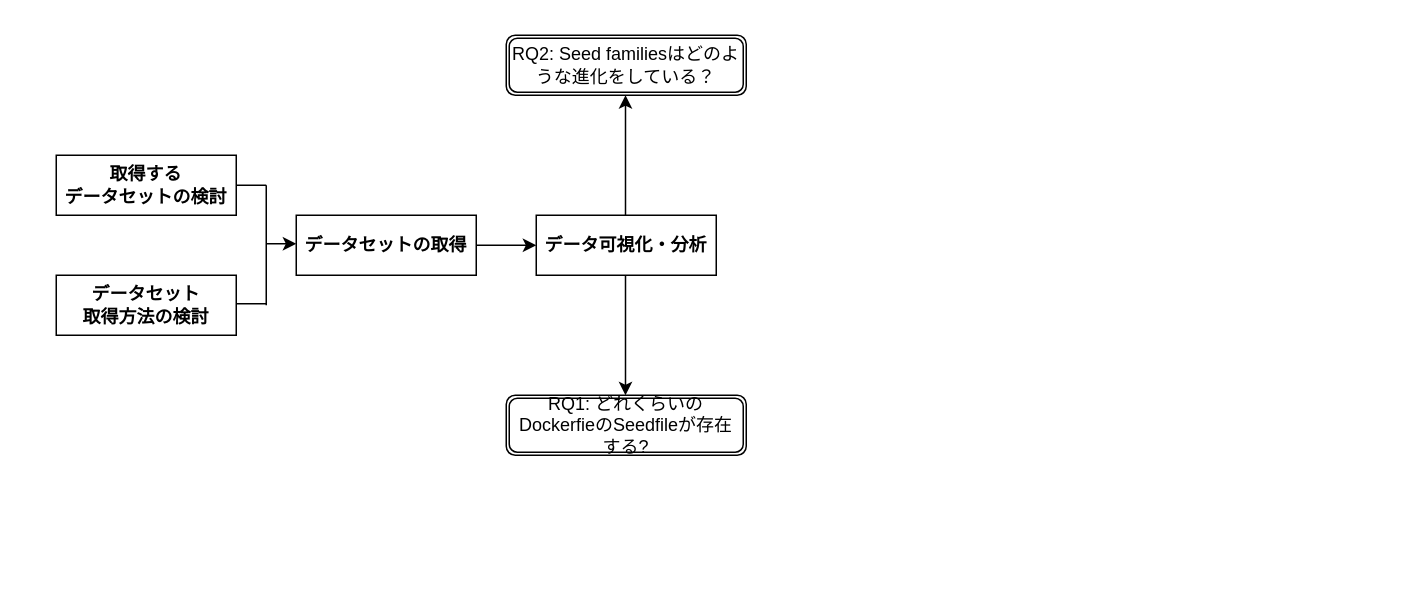
Earlier version of the draw.io diagram 名称未設定ファイル.drawio (takeru56/draiw.io). Source tidied: cells renumbered, new cells numbered last; positions are measured from the earlier drawing's top-left corner, leaving out a move shared by most shapes. Both pictures are drawn from the tidied source at 150%, with x=0, y=0 at pixel (56, 34).
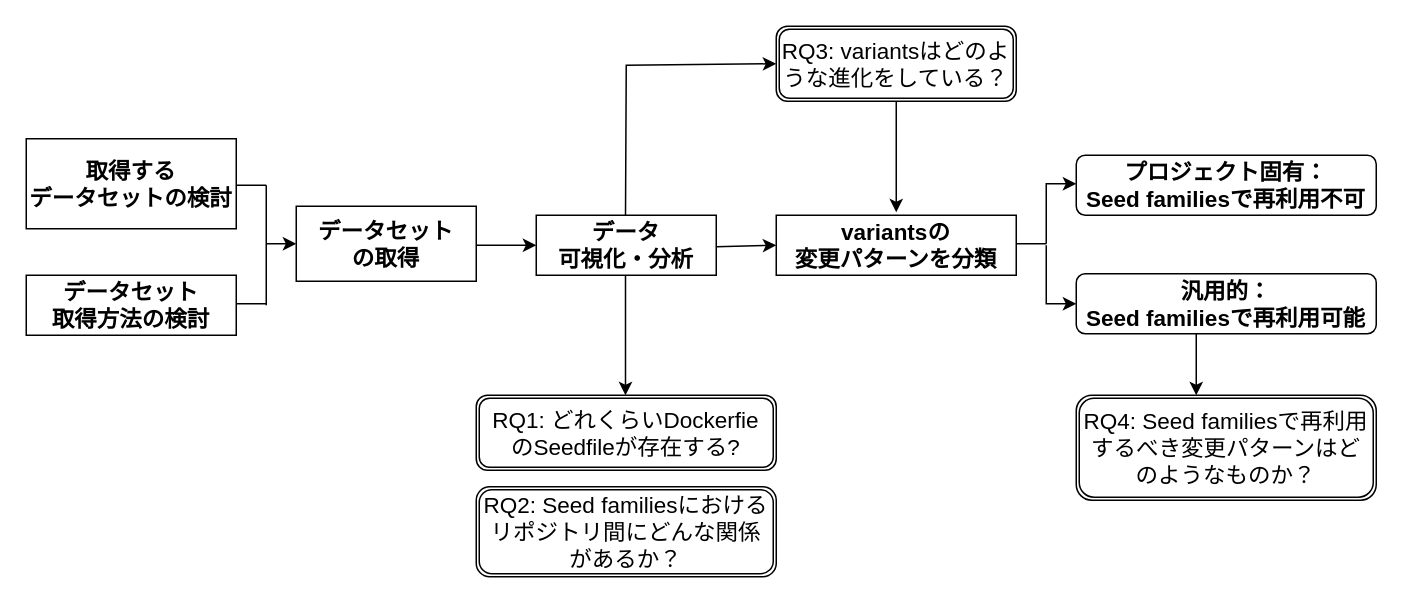
Above is the later version.

Commit message (it also covers changes not shown here):
名称未設定ファイル.drawio を更新します

What changed in the source:
```diff
@@
-    <mxCell id="2" value="&lt;b&gt;取得する&lt;br&gt;データセットの検討&lt;/b&gt;" style="whiteSpace=wrap;html=1;" parent="1" vertex="1">
-      <mxGeometry y="80" width="120" height="40" as="geometry" />
+    <mxCell id="2" value="&lt;b style=&quot;font-size: 15px&quot;&gt;取得する&lt;br&gt;データセットの検討&lt;/b&gt;" style="whiteSpace=wrap;html=1;" parent="1" vertex="1">
+      <mxGeometry x="-20" y="69" width="140" height="60" as="geometry" />
     </mxCell>
-    <mxCell id="3" value="&lt;b&gt;データセット&lt;br&gt;取得方法の検討&lt;/b&gt;" style="whiteSpace=wrap;html=1;" parent="1" vertex="1">
-      <mxGeometry y="160" width="120" height="40" as="geometry" />
+    <mxCell id="3" value="&lt;b style=&quot;font-size: 15px&quot;&gt;データセット&lt;br&gt;取得方法の検討&lt;/b&gt;" style="whiteSpace=wrap;html=1;" parent="1" vertex="1">
+      <mxGeometry x="-20" y="160" width="140" height="40" as="geometry" />
     </mxCell>
-    <mxCell id="4" value="&lt;b&gt;データセットの取得&lt;/b&gt;" style="whiteSpace=wrap;html=1;" parent="1" vertex="1">
-      <mxGeometry x="160" y="120" width="120" height="40" as="geometry" />
+    <mxCell id="4" value="&lt;b&gt;&lt;font style=&quot;font-size: 15px&quot;&gt;データセット&lt;br&gt;の取得&lt;/font&gt;&lt;/b&gt;" style="whiteSpace=wrap;html=1;" parent="1" vertex="1">
+      <mxGeometry x="160" y="114" width="120" height="50" as="geometry" />
     </mxCell>
-    <mxCell id="5" value="&lt;b&gt;データ可視化・分析&lt;/b&gt;" style="whiteSpace=wrap;html=1;" parent="1" vertex="1">
+    <mxCell id="5" value="&lt;b&gt;&lt;font style=&quot;font-size: 15px&quot;&gt;データ&lt;br&gt;可視化・分析&lt;/font&gt;&lt;/b&gt;" style="whiteSpace=wrap;html=1;" parent="1" vertex="1">
       <mxGeometry x="320" y="120" width="120" height="40" as="geometry" />
     </mxCell>
-    <mxCell id="6" value="RQ1: どれくらいのDockerfieのSeedfileが存在する?" style="shape=ext;double=1;rounded=1;whiteSpace=wrap;html=1;" parent="1" vertex="1">
-      <mxGeometry x="300" y="240" width="160" height="40" as="geometry" />
+    <mxCell id="6" value="&lt;font style=&quot;font-size: 15px&quot;&gt;RQ1: どれくらいDockerfie&lt;br&gt;のSeedfileが存在する?&lt;/font&gt;" style="shape=ext;double=1;rounded=1;whiteSpace=wrap;html=1;" parent="1" vertex="1">
+      <mxGeometry x="280" y="240" width="200" height="50" as="geometry" />
     </mxCell>
@@
-    <mxCell id="13" value="RQ2: Seed familiesはどのような進化をしている？" style="shape=ext;double=1;rounded=1;whiteSpace=wrap;html=1;" parent="1" vertex="1">
-      <mxGeometry x="300" width="160" height="40" as="geometry" />
+    <mxCell id="13" value="&lt;font style=&quot;font-size: 15px&quot;&gt;RQ3: variantsはどのような進化をしている？&lt;/font&gt;" style="shape=ext;double=1;rounded=1;whiteSpace=wrap;html=1;" parent="1" vertex="1">
+      <mxGeometry x="480" y="-6" width="160" height="50" as="geometry" />
     </mxCell>
-    <mxCell id="14" style="endArrow=classic;html=1;" parent="1" edge="1">
+    <mxCell id="14" style="endArrow=classic;html=1;entryX=0;entryY=0.5;entryDx=0;entryDy=0;rounded=0;" parent="1" edge="1" target="13">
       <mxGeometry relative="1" as="geometry">
         <mxPoint x="379.5" y="120" as="sourcePoint" />
-        <mxPoint x="379.5" y="40" as="targetPoint" />
+        <Array as="points">
+          <mxPoint x="380" y="20" />
+        </Array>
       </mxGeometry>
     </mxCell>
+    <mxCell id="15" style="endArrow=classic;html=1;" parent="1" edge="1">
+      <mxGeometry relative="1" as="geometry">
+        <mxPoint x="440" y="141" as="sourcePoint" />
+        <mxPoint x="480" y="140" as="targetPoint" />
+      </mxGeometry>
+    </mxCell>
+    <mxCell id="16" value="&lt;b style=&quot;font-size: 15px&quot;&gt;variantsの&lt;br&gt;変更パターンを分類&lt;/b&gt;" style="whiteSpace=wrap;html=1;" parent="1" vertex="1">
+      <mxGeometry x="480" y="120" width="160" height="40" as="geometry" />
+    </mxCell>
+    <mxCell id="17" style="endArrow=classic;html=1;exitX=0.5;exitY=1;exitDx=0;exitDy=0;" parent="1" edge="1" source="13">
+      <mxGeometry relative="1" as="geometry">
+        <mxPoint x="560" y="118" as="targetPoint" />
+      </mxGeometry>
+    </mxCell>
+    <mxCell id="18" value="&lt;b style=&quot;font-size: 15px&quot;&gt;プロジェクト固有：&lt;br&gt;Seed familiesで再利用不可&lt;/b&gt;" style="rounded=1;whiteSpace=wrap;html=1;strokeWidth=1;" parent="1" vertex="1">
+      <mxGeometry x="680" y="80" width="200" height="40" as="geometry" />
+    </mxCell>
+    <mxCell id="19" value="&lt;b style=&quot;font-size: 15px&quot;&gt;汎用的：&lt;br&gt;Seed familiesで再利用可能&lt;/b&gt;" style="rounded=1;whiteSpace=wrap;html=1;strokeWidth=1;" parent="1" vertex="1">
+      <mxGeometry x="680" y="159" width="200" height="40" as="geometry" />
+    </mxCell>
+    <mxCell id="20" style="endArrow=none;html=1;" parent="1" edge="1">
+      <mxGeometry relative="1" as="geometry">
+        <mxPoint x="640" y="139" as="sourcePoint" />
+        <mxPoint x="660" y="139" as="targetPoint" />
+      </mxGeometry>
+    </mxCell>
+    <mxCell id="21" style="endArrow=classic;html=1;entryX=0;entryY=0.5;entryDx=0;entryDy=0;rounded=0;" parent="1" edge="1">
+      <mxGeometry relative="1" as="geometry">
+        <mxPoint x="660" y="139" as="sourcePoint" />
+        <mxPoint x="680" y="99" as="targetPoint" />
+        <Array as="points">
+          <mxPoint x="660" y="99" />
+        </Array>
+      </mxGeometry>
+    </mxCell>
+    <mxCell id="22" style="endArrow=classic;html=1;entryX=0;entryY=0.5;entryDx=0;entryDy=0;rounded=0;" parent="1" edge="1" target="19">
+      <mxGeometry relative="1" as="geometry">
+        <mxPoint x="660" y="140" as="sourcePoint" />
+        <Array as="points">
+          <mxPoint x="660" y="179" />
+        </Array>
+      </mxGeometry>
+    </mxCell>
+    <mxCell id="23" style="endArrow=classic;html=1;" parent="1" edge="1">
+      <mxGeometry relative="1" as="geometry">
+        <mxPoint x="760" y="199" as="sourcePoint" />
+        <mxPoint x="760" y="240" as="targetPoint" />
+      </mxGeometry>
+    </mxCell>
+    <mxCell id="24" value="&lt;font style=&quot;font-size: 15px&quot;&gt;RQ4: Seed familiesで再利用するべき変更パターンはどのようなものか？&lt;/font&gt;" style="shape=ext;double=1;rounded=1;whiteSpace=wrap;html=1;" parent="1" vertex="1">
+      <mxGeometry x="680" y="240" width="200" height="70" as="geometry" />
+    </mxCell>
+    <mxCell id="25" value="&lt;span&gt;&lt;font style=&quot;font-size: 15px&quot;&gt;RQ2: Seed familiesにおけるリポジトリ間にどんな関係があるか？&lt;/font&gt;&lt;/span&gt;" style="shape=ext;double=1;rounded=1;whiteSpace=wrap;html=1;strokeWidth=1;" parent="1" vertex="1">
+      <mxGeometry x="280" y="301" width="200" height="60" as="geometry" />
+    </mxCell>
```
